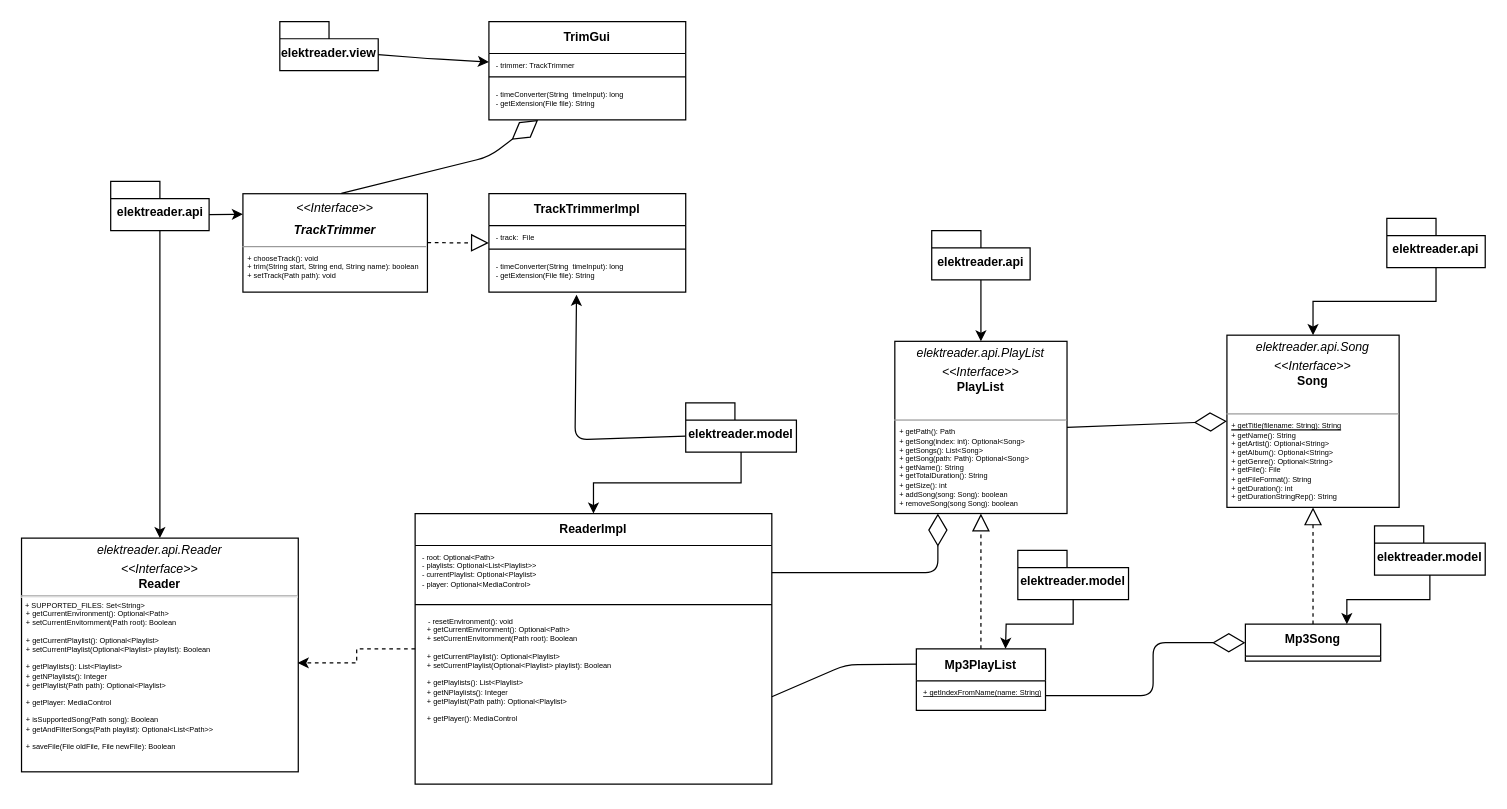
The draw.io diagram UMLDiagram.drawio in pallax03/OOP23-ElektReader, before the edit. Source tidied: cells renumbered, new cells numbered last; positions are measured from the earlier drawing's top-left corner, leaving out a move shared by most shapes. Both pictures are drawn from the tidied source at 123%, with x=0, y=0 at pixel (21, 21).
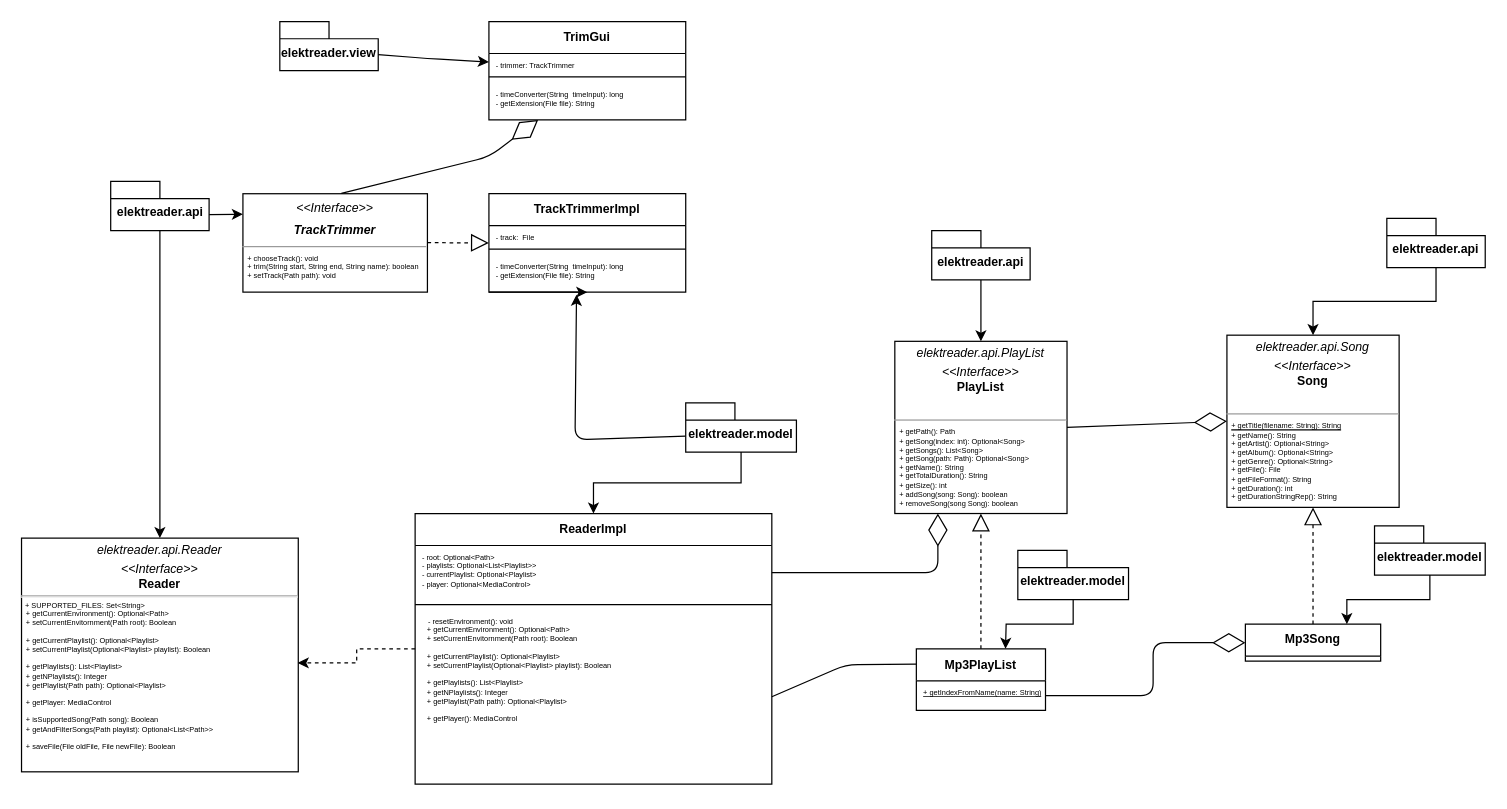
The same page after the edit.

What changed in the source:
```diff
@@
+    <mxCell id="46" style="edgeStyle=none;orthogonalLoop=1;jettySize=auto;html=1;" parent="1" edge="1">
+      <mxGeometry relative="1" as="geometry">
+        <mxPoint x="380" y="220" as="sourcePoint" />
+        <mxPoint x="460" y="220" as="targetPoint" />
+      </mxGeometry>
+    </mxCell>
```
